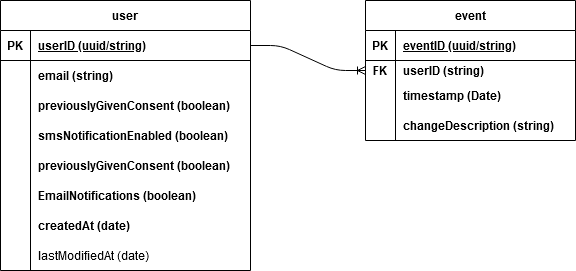
Earlier version of the draw.io export diagrams/entity-relationship.png (davidmaceachern/consents-api). Source tidied: cells renumbered, new cells last; positions are measured from the earlier drawing's top-left corner, leaving out a move shared by most shapes.
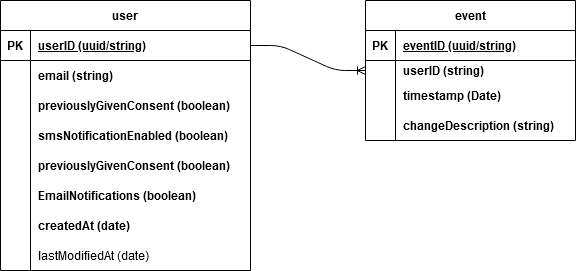
The same diagram one commit later.

Change to the diagram source:
```diff
@@ -92,7 +92,7 @@
     <mxCell id="31" style="shape=partialRectangle;fillColor=none;top=0;left=0;bottom=0;right=0;points=[[0,0.5],[1,0.5]];portConstraint=eastwest;" parent="27" vertex="1">
       <mxGeometry y="60" width="210" height="20" as="geometry" />
     </mxCell>
-    <mxCell id="32" value="FK" style="shape=partialRectangle;fillColor=none;top=0;left=0;bottom=0;right=0;overflow=hidden;fontStyle=1;" parent="31" vertex="1">
+    <mxCell id="32" style="shape=partialRectangle;fillColor=none;top=0;left=0;bottom=0;right=0;overflow=hidden;fontStyle=1;" parent="31" vertex="1">
       <mxGeometry width="30" height="20" as="geometry" />
     </mxCell>
     <mxCell id="33" value="userID (string)" style="shape=partialRectangle;fillColor=none;top=0;left=0;bottom=0;right=0;align=left;spacingLeft=6;overflow=hidden;fontStyle=1;" parent="31" vertex="1">
```
